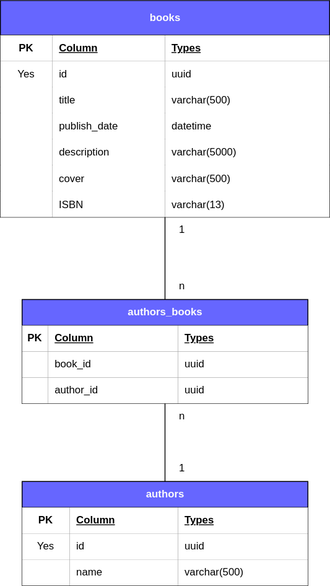
camargobiel/book-trade-api keeps this draw.io diagram as docs/database-model.svg. Above is the earlier version. Source tidied: cells renumbered, new cells last; positions are measured from the earlier drawing's top-left corner, leaving out a move shared by most shapes.
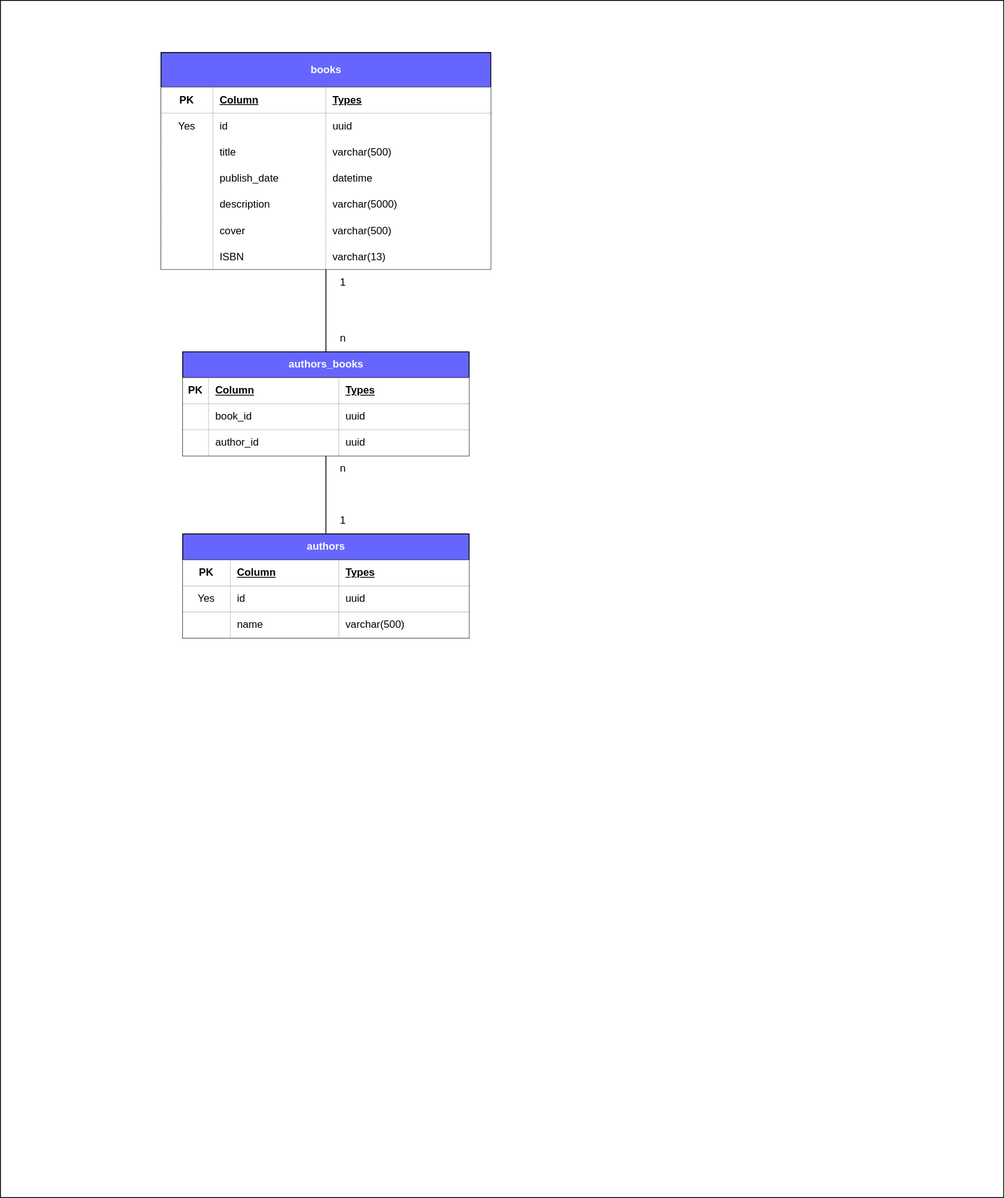
After the commit.

Commit message:
docs: adding background border

What changed in the source:
```diff
@@ -187,5 +187,8 @@
     <mxCell id="62" value="n" style="text;html=1;strokeColor=none;fillColor=none;align=center;verticalAlign=middle;whiteSpace=wrap;rounded=0;" parent="1" vertex="1">
       <mxGeometry x="190" y="465" width="40" height="30" as="geometry" />
     </mxCell>
+    <mxCell id="63" style="rounded=0;whiteSpace=wrap;html=1;fillColor=none;" parent="1" vertex="1">
+      <mxGeometry x="-185" y="-60" width="1156" height="1380" as="geometry" />
+    </mxCell>
   </root>
 </mxGraphModel>
```
